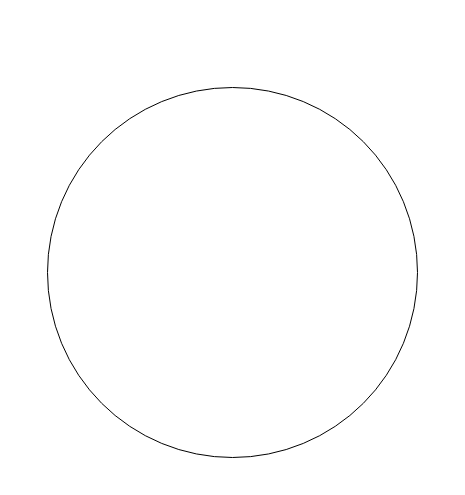
Earlier version of the draw.io diagram 设计_一致性Hash.drawio (bluefantasy2014/draw.io). Source tidied: cells renumbered, new cells numbered last; positions are measured from the earlier drawing's top-left corner, leaving out a move shared by most shapes. Both pictures are drawn from the tidied source at 100%, with x=0, y=0 at pixel (47, 87).
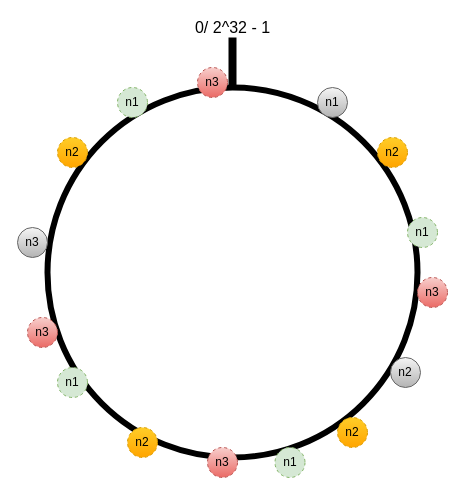
The same page after the edit.

Commit message:
Update 设计_一致性Hash.drawio

What changed in the source:
```diff
@@
 <mxGraphModel>
   <root>
     <mxCell id="0" />
     <mxCell id="1" parent="0" />
-    <mxCell id="2" style="ellipse;whiteSpace=wrap;html=1;" parent="1" vertex="1">
+    <mxCell id="2" style="ellipse;whiteSpace=wrap;html=1;strokeWidth=6;" parent="1" vertex="1">
       <mxGeometry width="370" height="370" as="geometry" />
     </mxCell>
+    <mxCell id="3" value="0/ 2^32 - 1" style="text;html=1;strokeColor=none;fillColor=none;align=center;verticalAlign=middle;whiteSpace=wrap;rounded=0;strokeWidth=6;fontSize=16;" parent="1" vertex="1">
+      <mxGeometry x="142.5" y="-70" width="85" height="20" as="geometry" />
+    </mxCell>
+    <mxCell id="4" style="endArrow=none;html=1;exitX=0.5;exitY=0;exitDx=0;exitDy=0;entryX=0.5;entryY=1;entryDx=0;entryDy=0;strokeWidth=8;" parent="1" edge="1" source="2" target="3">
+      <mxGeometry relative="1" as="geometry" />
+    </mxCell>
+    <mxCell id="5" value="n1" style="ellipse;whiteSpace=wrap;html=1;strokeWidth=1;fontSize=12;fillColor=#d5e8d4;strokeColor=#82b366;dashed=1;" parent="1" vertex="1">
+      <mxGeometry x="10" y="280" width="30" height="30" as="geometry" />
+    </mxCell>
+    <mxCell id="6" value="n3" style="ellipse;whiteSpace=wrap;html=1;strokeWidth=1;fontSize=12;gradientColor=#b3b3b3;fillColor=#f5f5f5;strokeColor=#666666;" parent="1" vertex="1">
+      <mxGeometry x="-30" y="140" width="30" height="30" as="geometry" />
+    </mxCell>
+    <mxCell id="7" value="n2" style="ellipse;whiteSpace=wrap;html=1;strokeWidth=1;fontSize=12;gradientColor=#b3b3b3;fillColor=#f5f5f5;strokeColor=#666666;" parent="1" vertex="1">
+      <mxGeometry x="343" y="270" width="30" height="30" as="geometry" />
+    </mxCell>
+    <mxCell id="8" value="n1" style="ellipse;whiteSpace=wrap;html=1;strokeWidth=1;fontSize=12;fillColor=#d5e8d4;strokeColor=#82b366;dashed=1;" parent="1" vertex="1">
+      <mxGeometry x="70" width="30" height="30" as="geometry" />
+    </mxCell>
+    <mxCell id="9" value="n1" style="ellipse;whiteSpace=wrap;html=1;strokeWidth=1;fontSize=12;fillColor=#d5e8d4;strokeColor=#82b366;dashed=1;" parent="1" vertex="1">
+      <mxGeometry x="227.5" y="360" width="30" height="30" as="geometry" />
+    </mxCell>
+    <mxCell id="10" value="n1" style="ellipse;whiteSpace=wrap;html=1;strokeWidth=1;fontSize=12;fillColor=#d5e8d4;strokeColor=#82b366;dashed=1;" parent="1" vertex="1">
+      <mxGeometry x="360" y="130" width="30" height="30" as="geometry" />
+    </mxCell>
+    <mxCell id="11" value="n1" style="ellipse;whiteSpace=wrap;html=1;strokeWidth=1;fontSize=12;strokeColor=#666666;gradientColor=#b3b3b3;fillColor=#f5f5f5;" parent="1" vertex="1">
+      <mxGeometry x="270" width="30" height="30" as="geometry" />
+    </mxCell>
+    <mxCell id="12" value="n2" style="ellipse;whiteSpace=wrap;html=1;strokeWidth=1;fontSize=12;fillColor=#ffcd28;strokeColor=#d79b00;dashed=1;gradientColor=#ffa500;" parent="1" vertex="1">
+      <mxGeometry x="330" y="50" width="30" height="30" as="geometry" />
+    </mxCell>
+    <mxCell id="13" value="n2" style="ellipse;whiteSpace=wrap;html=1;strokeWidth=1;fontSize=12;fillColor=#ffcd28;strokeColor=#d79b00;dashed=1;gradientColor=#ffa500;" parent="1" vertex="1">
+      <mxGeometry x="10" y="50" width="30" height="30" as="geometry" />
+    </mxCell>
+    <mxCell id="14" value="n2" style="ellipse;whiteSpace=wrap;html=1;strokeWidth=1;fontSize=12;fillColor=#ffcd28;strokeColor=#d79b00;dashed=1;gradientColor=#ffa500;" parent="1" vertex="1">
+      <mxGeometry x="80" y="340" width="30" height="30" as="geometry" />
+    </mxCell>
+    <mxCell id="15" value="n2" style="ellipse;whiteSpace=wrap;html=1;strokeWidth=1;fontSize=12;fillColor=#ffcd28;strokeColor=#d79b00;dashed=1;gradientColor=#ffa500;" parent="1" vertex="1">
+      <mxGeometry x="290" y="330" width="30" height="30" as="geometry" />
+    </mxCell>
+    <mxCell id="16" value="n3" style="ellipse;whiteSpace=wrap;html=1;strokeWidth=1;fontSize=12;gradientColor=#ea6b66;fillColor=#f8cecc;strokeColor=#b85450;dashed=1;" parent="1" vertex="1">
+      <mxGeometry x="370" y="190" width="30" height="30" as="geometry" />
+    </mxCell>
+    <mxCell id="17" value="n3" style="ellipse;whiteSpace=wrap;html=1;strokeWidth=1;fontSize=12;gradientColor=#ea6b66;fillColor=#f8cecc;strokeColor=#b85450;dashed=1;" parent="1" vertex="1">
+      <mxGeometry x="160" y="360" width="30" height="30" as="geometry" />
+    </mxCell>
+    <mxCell id="18" value="n3" style="ellipse;whiteSpace=wrap;html=1;strokeWidth=1;fontSize=12;gradientColor=#ea6b66;fillColor=#f8cecc;strokeColor=#b85450;dashed=1;" parent="1" vertex="1">
+      <mxGeometry x="-20" y="230" width="30" height="30" as="geometry" />
+    </mxCell>
+    <mxCell id="19" value="n3" style="ellipse;whiteSpace=wrap;html=1;strokeWidth=1;fontSize=12;gradientColor=#ea6b66;fillColor=#f8cecc;strokeColor=#b85450;dashed=1;" parent="1" vertex="1">
+      <mxGeometry x="150" y="-20" width="30" height="30" as="geometry" />
+    </mxCell>
   </root>
 </mxGraphModel>
```
